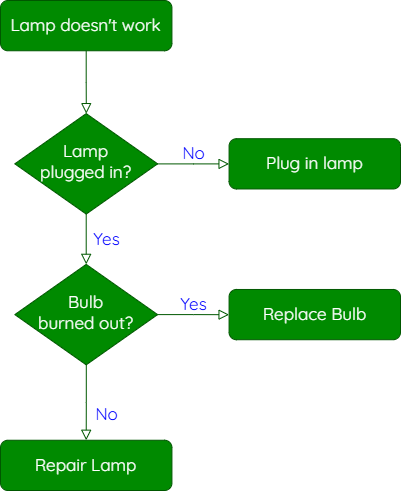
Above: docs/Images/Simple-Conditional-Statements-1.drawio.png in Mr-Wood-CS/National-5-Computing-Science-Markdown-Files (draw.io), before the change. Source tidied: cells renumbered, new cells last; positions are measured from the earlier drawing's top-left corner, leaving out a move shared by most shapes.
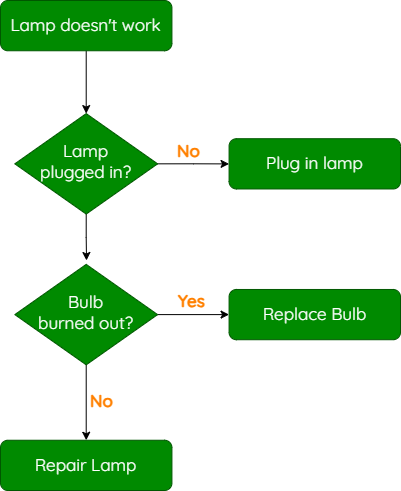
Later version of the same file.

Commit message:
Update Simple conditional statements

Diff of the diagram source:
```diff
@@ -2,29 +2,46 @@
   <root>
     <mxCell id="0" />
     <mxCell id="1" parent="0" />
-    <mxCell id="2" style="rounded=0;html=1;jettySize=auto;fontSize=17;endArrow=block;endFill=0;endSize=8;strokeWidth=1;shadow=0;labelBackgroundColor=none;edgeStyle=orthogonalEdgeStyle;fillColor=#008a00;strokeColor=#005700;fontFamily=Quicksand;fontSource=https%3A%2F%2Ffonts.googleapis.com%2Fcss%3Ffamily%3DQuicksand;fontColor=#050505;fontStyle=0;" parent="1" edge="1" source="3" target="6">
+    <mxCell id="2" style="edgeStyle=orthogonalEdgeStyle;rounded=0;jettySize=auto;html=1;exitX=0.5;exitY=1;exitDx=0;exitDy=0;entryX=0.5;entryY=0;entryDx=0;entryDy=0;" parent="1" edge="1" source="3" target="6">
       <mxGeometry relative="1" as="geometry" />
     </mxCell>
     <mxCell id="3" value="Lamp doesn't work" style="rounded=1;whiteSpace=wrap;html=1;fontSize=17;glass=0;strokeWidth=1;shadow=0;fillColor=#008a00;fontColor=#FFFFFF;strokeColor=#005700;fontFamily=Quicksand;fontSource=https%3A%2F%2Ffonts.googleapis.com%2Fcss%3Ffamily%3DQuicksand;fontStyle=0;" parent="1" vertex="1">
       <mxGeometry width="171.4" height="50.3" as="geometry" />
     </mxCell>
-    <mxCell id="4" value="&lt;span&gt;&lt;font color=&quot;#0000ff&quot;&gt;Yes&lt;/font&gt;&lt;/span&gt;" style="rounded=0;html=1;jettySize=auto;fontSize=17;endArrow=block;endFill=0;endSize=8;strokeWidth=1;shadow=0;labelBackgroundColor=none;edgeStyle=orthogonalEdgeStyle;fillColor=#008a00;strokeColor=#005700;fontFamily=Quicksand;fontSource=https%3A%2F%2Ffonts.googleapis.com%2Fcss%3Ffamily%3DQuicksand;fontColor=#050505;fontStyle=0;" parent="1" edge="1" source="6" target="10">
-      <mxGeometry y="20" relative="1" as="geometry" />
-    </mxCell>
+    <mxCell id="13" style="edgeStyle=orthogonalEdgeStyle;rounded=0;jettySize=auto;html=1;exitX=0.5;exitY=1;exitDx=0;exitDy=0;" parent="1" edge="1" source="6">
+      <mxGeometry relative="1" as="geometry">
+        <mxPoint x="86" y="260" as="targetPoint" />
+      </mxGeometry>
+    </mxCell>
-    <mxCell id="5" value="&lt;font color=&quot;#0000ff&quot;&gt;&lt;span&gt;No&lt;/span&gt;&lt;/font&gt;" style="edgeStyle=orthogonalEdgeStyle;rounded=0;html=1;jettySize=auto;fontSize=17;endArrow=block;endFill=0;endSize=8;strokeWidth=1;shadow=0;labelBackgroundColor=none;fillColor=#008a00;strokeColor=#005700;fontFamily=Quicksand;fontSource=https%3A%2F%2Ffonts.googleapis.com%2Fcss%3Ffamily%3DQuicksand;fontColor=#050505;fontStyle=0;" parent="1" edge="1" source="6" target="7">
-      <mxGeometry y="10" relative="1" as="geometry" />
+    <mxCell id="5" style="edgeStyle=orthogonalEdgeStyle;rounded=0;jettySize=auto;html=1;exitX=1;exitY=0.5;exitDx=0;exitDy=0;" parent="1" edge="1" source="6" target="7">
+      <mxGeometry relative="1" as="geometry" />
     </mxCell>
+    <mxCell id="14" value="&lt;font style=&quot;font-size: 17px;&quot;&gt;No&lt;/font&gt;" style="edgeLabel;html=1;align=center;verticalAlign=middle;labelBackgroundColor=none;fontFamily=Quicksand;fontSource=https%3A%2F%2Ffonts.googleapis.com%2Fcss%3Ffamily%3DQuicksand;fontColor=#FF8000;fontStyle=1;" parent="5" vertex="1">
+      <mxGeometry x="-0.17" y="-1" relative="1" as="geometry">
+        <mxPoint y="-14" as="offset" />
+      </mxGeometry>
+    </mxCell>
+    <mxCell id="15" value="&lt;font style=&quot;font-size: 17px;&quot;&gt;No&lt;/font&gt;" style="edgeLabel;html=1;align=center;verticalAlign=middle;labelBackgroundColor=none;fontFamily=Quicksand;fontSource=https%3A%2F%2Ffonts.googleapis.com%2Fcss%3Ffamily%3DQuicksand;fontColor=#FF8000;fontStyle=1;" parent="5" vertex="1">
+      <mxGeometry x="-0.17" y="-1" relative="1" as="geometry">
+        <mxPoint x="-87" y="236" as="offset" />
+      </mxGeometry>
+    </mxCell>
+    <mxCell id="16" value="&lt;span style=&quot;font-size: 17px;&quot;&gt;Yes&lt;/span&gt;" style="edgeLabel;html=1;align=center;verticalAlign=middle;labelBackgroundColor=none;fontFamily=Quicksand;fontSource=https%3A%2F%2Ffonts.googleapis.com%2Fcss%3Ffamily%3DQuicksand;fontColor=#FF8000;fontStyle=1;" parent="5" vertex="1">
+      <mxGeometry x="-0.17" y="-1" relative="1" as="geometry">
+        <mxPoint x="3" y="136" as="offset" />
+      </mxGeometry>
+    </mxCell>
     <mxCell id="6" value="Lamp&lt;br style=&quot;font-size: 17px;&quot;&gt;plugged in?" style="rhombus;whiteSpace=wrap;html=1;shadow=0;fontFamily=Quicksand;fontSize=17;align=center;strokeWidth=1;spacing=6;spacingTop=-4;fillColor=#008a00;fontColor=#FFFFFF;strokeColor=#005700;fontSource=https%3A%2F%2Ffonts.googleapis.com%2Fcss%3Ffamily%3DQuicksand;fontStyle=0;" parent="1" vertex="1">
       <mxGeometry x="14.3" y="113.1" width="142.9" height="100.5" as="geometry" />
     </mxCell>
     <mxCell id="7" value="Plug in lamp" style="rounded=1;whiteSpace=wrap;html=1;fontSize=17;glass=0;strokeWidth=1;shadow=0;fillColor=#008a00;fontColor=#FFFFFF;strokeColor=#005700;fontFamily=Quicksand;fontSource=https%3A%2F%2Ffonts.googleapis.com%2Fcss%3Ffamily%3DQuicksand;fontStyle=0;" parent="1" vertex="1">
       <mxGeometry x="228.6" y="138.2" width="171.4" height="50.3" as="geometry" />
     </mxCell>
-    <mxCell id="8" value="&lt;font color=&quot;#0000ff&quot;&gt;&lt;span&gt;No&lt;/span&gt;&lt;/font&gt;" style="rounded=0;html=1;jettySize=auto;fontSize=17;endArrow=block;endFill=0;endSize=8;strokeWidth=1;shadow=0;labelBackgroundColor=none;edgeStyle=orthogonalEdgeStyle;fillColor=#008a00;strokeColor=#005700;fontFamily=Quicksand;fontSource=https%3A%2F%2Ffonts.googleapis.com%2Fcss%3Ffamily%3DQuicksand;fontColor=#050505;fontStyle=0;" parent="1" edge="1" source="10" target="11">
-      <mxGeometry x="0.33" y="20" relative="1" as="geometry" />
+    <mxCell id="8" style="edgeStyle=orthogonalEdgeStyle;rounded=0;jettySize=auto;html=1;exitX=0.5;exitY=1;exitDx=0;exitDy=0;entryX=0.5;entryY=0;entryDx=0;entryDy=0;" parent="1" edge="1" source="10" target="11">
+      <mxGeometry relative="1" as="geometry" />
     </mxCell>
-    <mxCell id="9" value="&lt;font color=&quot;#0000ff&quot;&gt;&lt;span&gt;Yes&lt;/span&gt;&lt;/font&gt;" style="edgeStyle=orthogonalEdgeStyle;rounded=0;html=1;jettySize=auto;fontSize=17;endArrow=block;endFill=0;endSize=8;strokeWidth=1;shadow=0;labelBackgroundColor=none;fillColor=#008a00;strokeColor=#005700;fontFamily=Quicksand;fontSource=https%3A%2F%2Ffonts.googleapis.com%2Fcss%3Ffamily%3DQuicksand;fontColor=#050505;fontStyle=0;" parent="1" edge="1" source="10" target="12">
-      <mxGeometry y="10" relative="1" as="geometry" />
+    <mxCell id="9" style="edgeStyle=orthogonalEdgeStyle;rounded=0;jettySize=auto;html=1;exitX=1;exitY=0.5;exitDx=0;exitDy=0;entryX=0;entryY=0.5;entryDx=0;entryDy=0;" parent="1" edge="1" source="10" target="12">
+      <mxGeometry relative="1" as="geometry" />
     </mxCell>
     <mxCell id="10" value="Bulb&lt;br style=&quot;font-size: 17px;&quot;&gt;burned out?" style="rhombus;whiteSpace=wrap;html=1;shadow=0;fontFamily=Quicksand;fontSize=17;align=center;strokeWidth=1;spacing=6;spacingTop=-4;fillColor=#008a00;fontColor=#FFFFFF;strokeColor=#005700;fontSource=https%3A%2F%2Ffonts.googleapis.com%2Fcss%3Ffamily%3DQuicksand;fontStyle=0;" parent="1" vertex="1">
       <mxGeometry x="14.3" y="263.8" width="142.9" height="100.5" as="geometry" />
```
